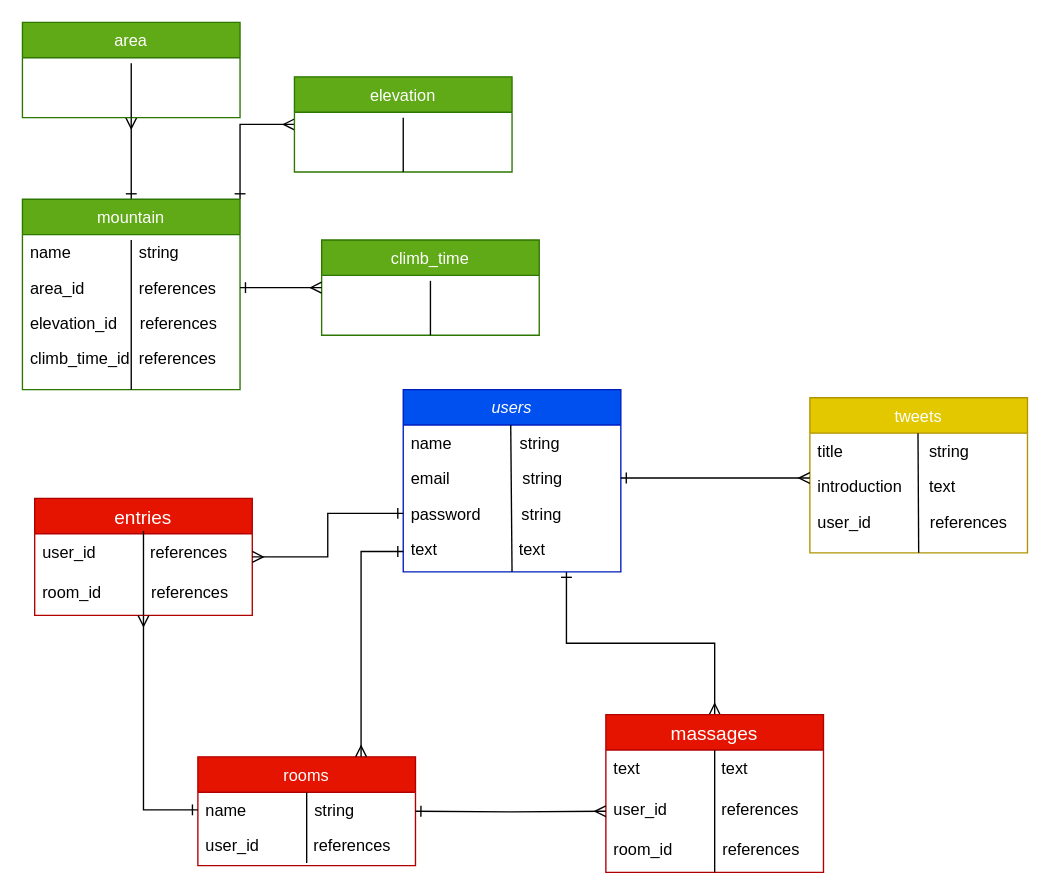
Before: MT.BEGINNER.drawio in HAYASHI0884/mt.beginner, a draw.io diagram. Source tidied: cells renumbered, new cells numbered last; positions are measured from the earlier drawing's top-left corner, leaving out a move shared by most shapes. Both pictures are drawn from the tidied source at 136%, with x=0, y=0 at pixel (22, 22).
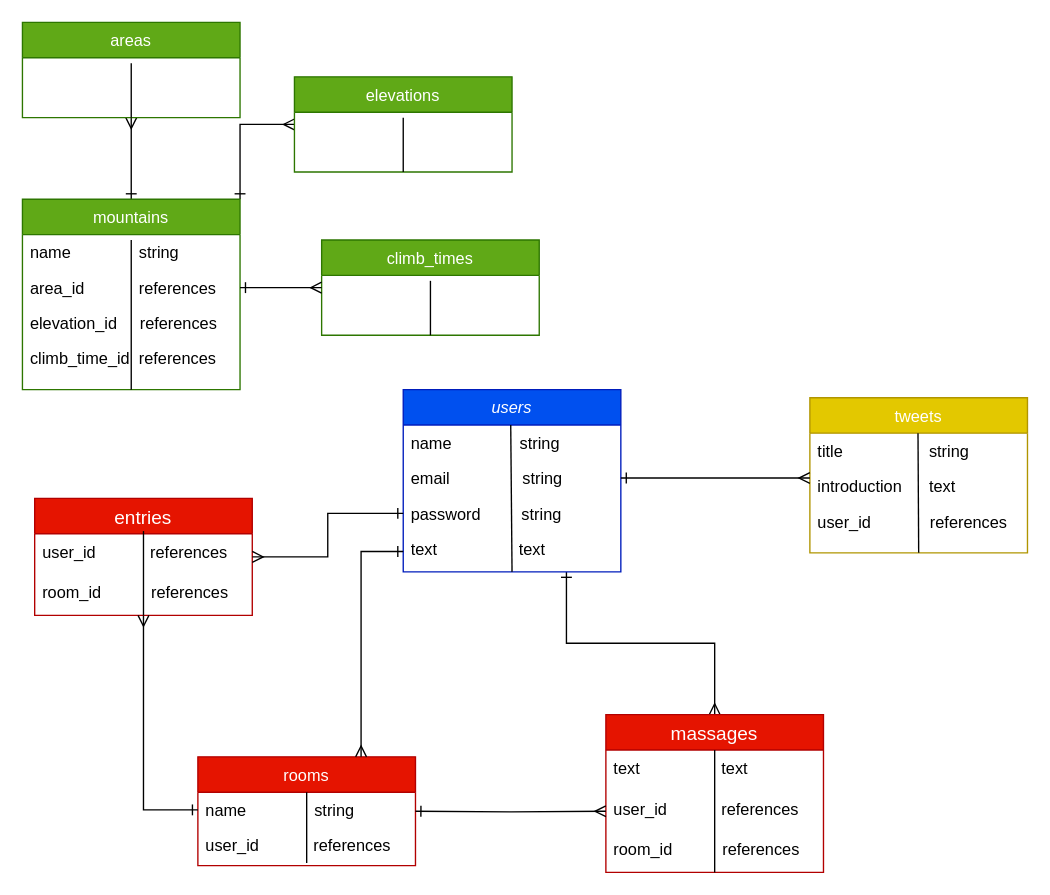
The same page after the edit.

Diff of the diagram source:
```diff
@@
-    <mxCell id="20" value="mountain" style="swimlane;fontStyle=0;align=center;verticalAlign=top;horizontal=1;startSize=26;rounded=0;shadow=0;strokeWidth=1;fillColor=#60a917;strokeColor=#2D7600;fontColor=#ffffff;" parent="1" vertex="1">
+    <mxCell id="20" value="mountains" style="swimlane;fontStyle=0;align=center;verticalAlign=top;horizontal=1;startSize=26;rounded=0;shadow=0;strokeWidth=1;fillColor=#60a917;strokeColor=#2D7600;fontColor=#ffffff;" parent="1" vertex="1">
       <mxGeometry y="130" width="160" height="140" as="geometry" />
     </mxCell>
@@
-    <mxCell id="40" value="elevation" style="swimlane;fontStyle=0;align=center;verticalAlign=top;horizontal=1;startSize=26;rounded=0;shadow=0;strokeWidth=1;fillColor=#60a917;strokeColor=#2D7600;fontColor=#ffffff;" parent="1" vertex="1">
+    <mxCell id="40" value="elevations" style="swimlane;fontStyle=0;align=center;verticalAlign=top;horizontal=1;startSize=26;rounded=0;shadow=0;strokeWidth=1;fillColor=#60a917;strokeColor=#2D7600;fontColor=#ffffff;" parent="1" vertex="1">
       <mxGeometry x="200" y="40" width="160" height="70" as="geometry" />
     </mxCell>
@@
-    <mxCell id="42" value="area" style="swimlane;fontStyle=0;align=center;verticalAlign=top;horizontal=1;startSize=26;rounded=0;shadow=0;strokeWidth=1;fillColor=#60a917;strokeColor=#2D7600;fontColor=#ffffff;" parent="1" vertex="1">
+    <mxCell id="42" value="areas" style="swimlane;fontStyle=0;align=center;verticalAlign=top;horizontal=1;startSize=26;rounded=0;shadow=0;strokeWidth=1;fillColor=#60a917;strokeColor=#2D7600;fontColor=#ffffff;" parent="1" vertex="1">
       <mxGeometry width="160" height="70" as="geometry" />
     </mxCell>
@@
-    <mxCell id="44" value="climb_time" style="swimlane;fontStyle=0;align=center;verticalAlign=top;horizontal=1;startSize=26;rounded=0;shadow=0;strokeWidth=1;fillColor=#60a917;strokeColor=#2D7600;fontColor=#ffffff;" parent="1" vertex="1">
+    <mxCell id="44" value="climb_times" style="swimlane;fontStyle=0;align=center;verticalAlign=top;horizontal=1;startSize=26;rounded=0;shadow=0;strokeWidth=1;fillColor=#60a917;strokeColor=#2D7600;fontColor=#ffffff;" parent="1" vertex="1">
       <mxGeometry x="220" y="160" width="160" height="70" as="geometry" />
     </mxCell>
```
